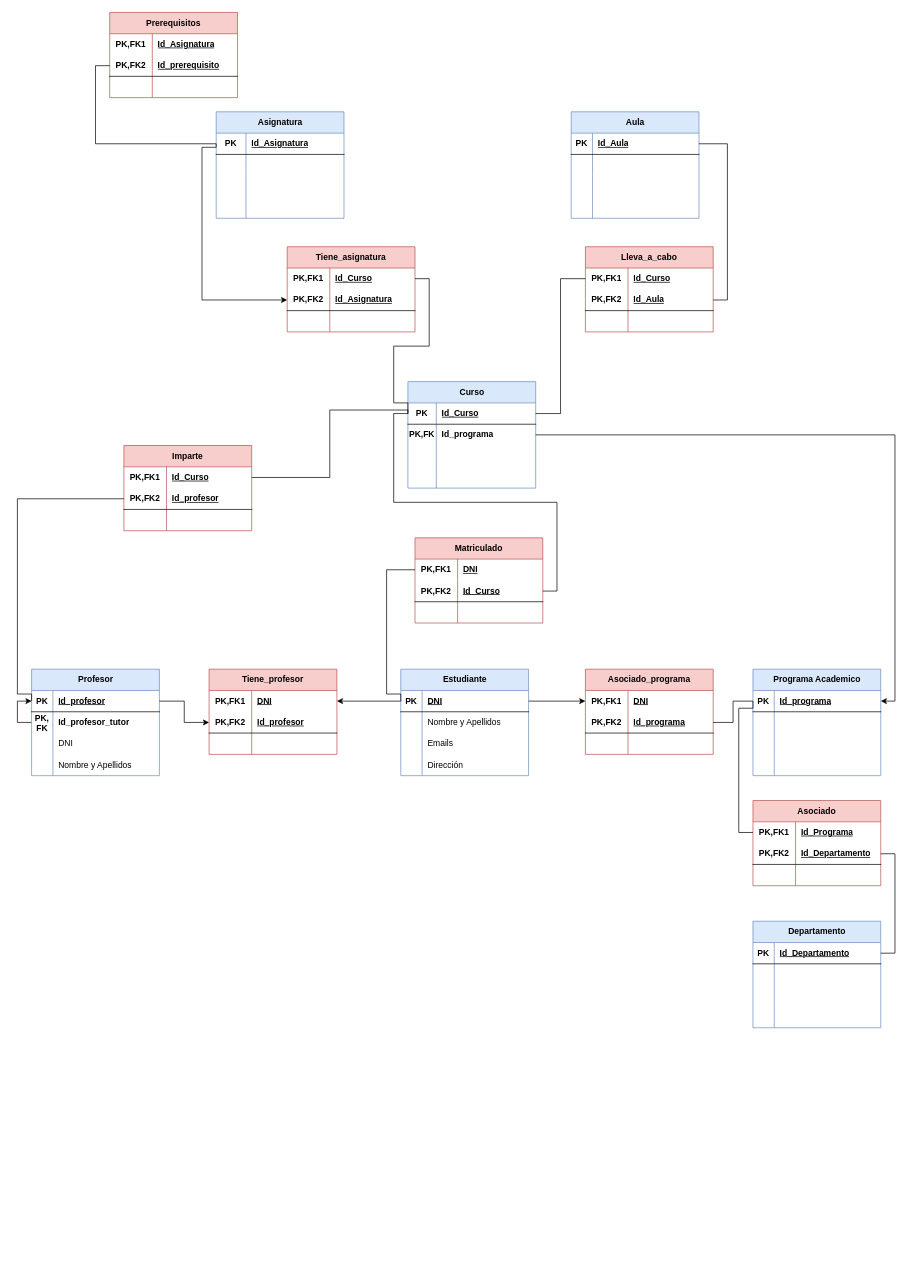
The draw.io diagram Unidad-1/modelo_relacional.drawio in jdrguez/2-Daw, before the edit. Source tidied: cells renumbered, new cells numbered last; positions are measured from the earlier drawing's top-left corner, leaving out a move shared by most shapes. Both pictures are drawn from the tidied source at 71%, with x=0, y=0 at pixel (17, 12).
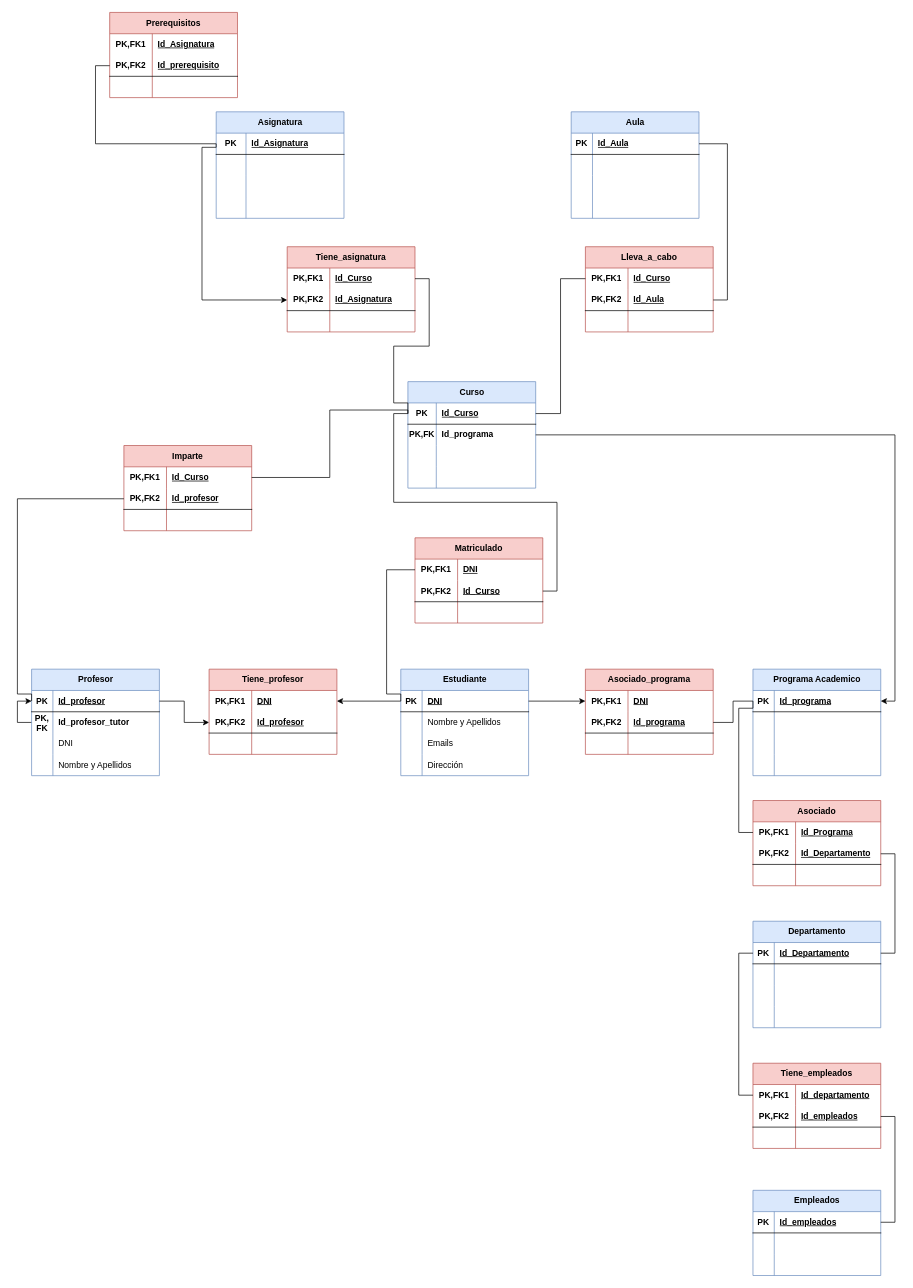
After the change.

The change refers to these unchanged cells:
```xml
<mxCell id="166" style="shape=tableRow;horizontal=0;startSize=0;swimlaneHead=0;swimlaneBody=0;fillColor=none;points=[[0,0.5],[1,0.5]];portConstraint=eastwest;top=0;left=0;right=0;bottom=1;" parent="165" vertex="1">
  <mxGeometry y="30" width="180" height="30" as="geometry" />
</mxCell>
```

The edit, as a diff of the source:
```diff
@@
+    <mxCell id="190" value="Empleados" style="shape=table;startSize=30;childLayout=tableLayout;rowLines=0;fontStyle=1;align=center;html=1;fillColor=#dae8fc;strokeColor=#6c8ebf;" parent="1" vertex="1">
+      <mxGeometry x="1036" y="1659" width="180" height="120" as="geometry" />
+    </mxCell>
+    <mxCell id="191" style="shape=tableRow;horizontal=0;startSize=0;swimlaneHead=0;swimlaneBody=0;fillColor=none;points=[[0,0.5],[1,0.5]];portConstraint=eastwest;top=0;left=0;right=0;bottom=1;" parent="190" vertex="1">
+      <mxGeometry y="30" width="180" height="30" as="geometry" />
+    </mxCell>
+    <mxCell id="192" value="PK" style="shape=partialRectangle;fillColor=none;top=0;left=0;bottom=0;right=0;fontStyle=1;overflow=hidden;whiteSpace=wrap;html=1;" parent="191" vertex="1">
+      <mxGeometry width="30" height="30" as="geometry" />
+    </mxCell>
+    <mxCell id="193" value="Id_empleados" style="shape=partialRectangle;fillColor=none;top=0;left=0;bottom=0;right=0;align=left;spacingLeft=6;fontStyle=5;overflow=hidden;whiteSpace=wrap;html=1;" parent="191" vertex="1">
+      <mxGeometry x="30" width="150" height="30" as="geometry" />
+    </mxCell>
+    <mxCell id="194" style="shape=tableRow;horizontal=0;startSize=0;swimlaneHead=0;swimlaneBody=0;fillColor=none;top=0;left=0;right=0;bottom=0;" parent="190" vertex="1">
+      <mxGeometry y="60" width="180" height="30" as="geometry" />
+    </mxCell>
+    <mxCell id="195" style="shape=partialRectangle;fillColor=none;top=0;left=0;bottom=0;right=0;overflow=hidden;whiteSpace=wrap;html=1;" parent="194" vertex="1">
+      <mxGeometry width="30" height="30" as="geometry" />
+    </mxCell>
+    <mxCell id="196" style="shape=partialRectangle;fillColor=none;top=0;left=0;bottom=0;right=0;align=left;spacingLeft=6;overflow=hidden;whiteSpace=wrap;html=1;" parent="194" vertex="1">
+      <mxGeometry x="30" width="150" height="30" as="geometry" />
+    </mxCell>
+    <mxCell id="197" style="shape=tableRow;horizontal=0;startSize=0;swimlaneHead=0;swimlaneBody=0;fillColor=none;top=0;left=0;right=0;bottom=0;" parent="190" vertex="1">
+      <mxGeometry y="90" width="180" height="30" as="geometry" />
+    </mxCell>
+    <mxCell id="198" style="shape=partialRectangle;fillColor=none;top=0;left=0;bottom=0;right=0;overflow=hidden;whiteSpace=wrap;html=1;" parent="197" vertex="1">
+      <mxGeometry width="30" height="30" as="geometry" />
+    </mxCell>
+    <mxCell id="199" style="shape=partialRectangle;fillColor=none;top=0;left=0;bottom=0;right=0;align=left;spacingLeft=6;overflow=hidden;whiteSpace=wrap;html=1;" parent="197" vertex="1">
+      <mxGeometry x="30" width="150" height="30" as="geometry" />
+    </mxCell>
+    <mxCell id="200" value="Tiene_empleados" style="shape=table;startSize=30;childLayout=tableLayout;rowLines=0;fontStyle=1;align=center;html=1;whiteSpace=wrap;fillColor=#f8cecc;strokeColor=#b85450;" parent="1" vertex="1">
+      <mxGeometry x="1036" y="1480" width="180" height="120" as="geometry" />
+    </mxCell>
+    <mxCell id="201" style="shape=tableRow;horizontal=0;startSize=0;swimlaneHead=0;swimlaneBody=0;fillColor=none;points=[[0,0.5],[1,0.5]];portConstraint=eastwest;top=0;left=0;right=0;bottom=0;html=1;" parent="200" vertex="1">
+      <mxGeometry y="30" width="180" height="30" as="geometry" />
+    </mxCell>
+    <mxCell id="202" value="PK,FK1" style="shape=partialRectangle;fillColor=none;top=0;left=0;bottom=0;right=0;fontStyle=1;overflow=hidden;html=1;whiteSpace=wrap;" parent="201" vertex="1">
+      <mxGeometry width="60" height="30" as="geometry" />
+    </mxCell>
+    <mxCell id="203" value="Id_departamento" style="shape=partialRectangle;fillColor=none;top=0;left=0;bottom=0;right=0;align=left;spacingLeft=6;fontStyle=5;overflow=hidden;html=1;whiteSpace=wrap;" parent="201" vertex="1">
+      <mxGeometry x="60" width="120" height="30" as="geometry" />
+    </mxCell>
+    <mxCell id="204" style="shape=tableRow;horizontal=0;startSize=0;swimlaneHead=0;swimlaneBody=0;fillColor=none;points=[[0,0.5],[1,0.5]];portConstraint=eastwest;top=0;left=0;right=0;bottom=1;html=1;" parent="200" vertex="1">
+      <mxGeometry y="60" width="180" height="30" as="geometry" />
+    </mxCell>
+    <mxCell id="205" value="PK,FK2" style="shape=partialRectangle;fillColor=none;top=0;left=0;bottom=0;right=0;fontStyle=1;overflow=hidden;html=1;whiteSpace=wrap;" parent="204" vertex="1">
+      <mxGeometry width="60" height="30" as="geometry" />
+    </mxCell>
+    <mxCell id="206" value="Id_empleados" style="shape=partialRectangle;fillColor=none;top=0;left=0;bottom=0;right=0;align=left;spacingLeft=6;fontStyle=5;overflow=hidden;html=1;whiteSpace=wrap;" parent="204" vertex="1">
+      <mxGeometry x="60" width="120" height="30" as="geometry" />
+    </mxCell>
+    <mxCell id="207" style="shape=tableRow;horizontal=0;startSize=0;swimlaneHead=0;swimlaneBody=0;fillColor=none;top=0;left=0;right=0;bottom=0;html=1;" parent="200" vertex="1">
+      <mxGeometry y="90" width="180" height="30" as="geometry" />
+    </mxCell>
+    <mxCell id="208" style="shape=partialRectangle;fillColor=none;top=0;left=0;bottom=0;right=0;overflow=hidden;html=1;whiteSpace=wrap;" parent="207" vertex="1">
+      <mxGeometry width="60" height="30" as="geometry" />
+    </mxCell>
+    <mxCell id="209" style="shape=partialRectangle;fillColor=none;top=0;left=0;bottom=0;right=0;align=left;spacingLeft=6;overflow=hidden;html=1;whiteSpace=wrap;" parent="207" vertex="1">
+      <mxGeometry x="60" width="120" height="30" as="geometry" />
+    </mxCell>
+    <mxCell id="210" style="edgeStyle=orthogonalEdgeStyle;rounded=0;jettySize=auto;html=1;exitX=1;exitY=0.5;exitDx=0;exitDy=0;entryX=1;entryY=0.5;entryDx=0;entryDy=0;endArrow=none;endFill=0;" parent="1" edge="1" source="204" target="191">
+      <mxGeometry relative="1" as="geometry" />
+    </mxCell>
+    <mxCell id="211" style="edgeStyle=orthogonalEdgeStyle;rounded=0;jettySize=auto;html=1;exitX=0;exitY=0.5;exitDx=0;exitDy=0;entryX=0;entryY=0.5;entryDx=0;entryDy=0;endArrow=none;endFill=0;" parent="1" edge="1" source="201" target="166">
+      <mxGeometry relative="1" as="geometry" />
+    </mxCell>
```
